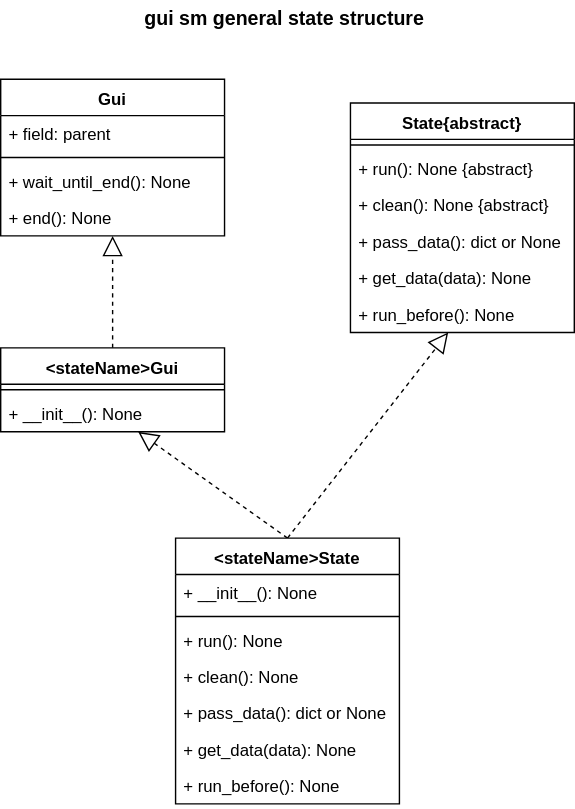
Earlier version of the draw.io export Documents/client class diagram sm1.svg (adibl/password_saver). Source tidied: cells renumbered, new cells last; positions are measured from the earlier drawing's top-left corner, leaving out a move shared by most shapes.
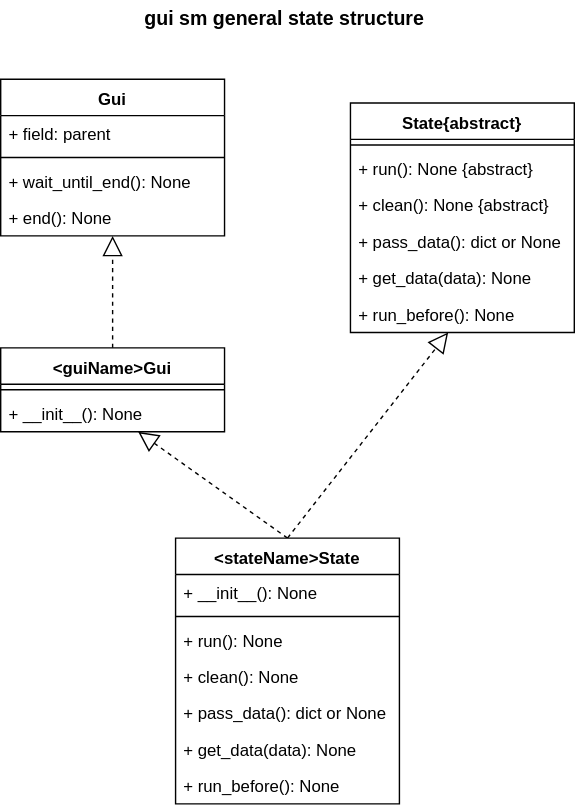
After the change.

What changed in the source:
```diff
@@ -38,7 +38,7 @@
     <mxCell id="13" value="+ run_before(): None" style="text;strokeColor=none;fillColor=none;align=left;verticalAlign=top;spacingLeft=4;spacingRight=4;overflow=hidden;points=[[0,0.5],[1,0.5]];portConstraint=eastwest;" parent="7" vertex="1">
       <mxGeometry y="138" width="160" height="26" as="geometry" />
     </mxCell>
-    <mxCell id="14" value="&lt;stateName&gt;Gui" style="swimlane;fontStyle=1;align=center;verticalAlign=top;horizontal=1;startSize=26;" parent="1" vertex="1">
+    <mxCell id="14" value="&lt;guiName&gt;Gui" style="swimlane;fontStyle=1;align=center;verticalAlign=top;horizontal=1;startSize=26;" parent="1" vertex="1">
       <mxGeometry y="248" width="160" height="60" as="geometry" />
     </mxCell>
     <mxCell id="15" style="line;strokeWidth=1;fillColor=none;align=left;verticalAlign=middle;spacingTop=-1;spacingLeft=3;spacingRight=3;labelPosition=right;" parent="14" vertex="1">
```
